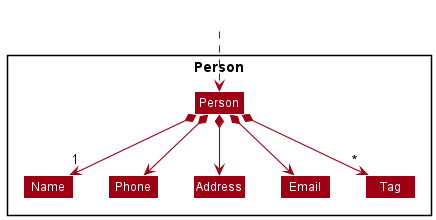
Above: docs/images/PersonClassDiagram.png in ryanongra/tp (PlantUML), before the change.
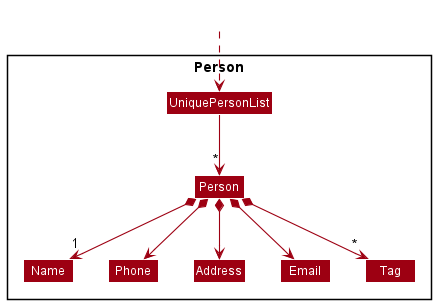
The same file after the commit.

Diff of the diagram source:
```diff
@@ -5,6 +5,7 @@
 skinparam classBackgroundColor MODEL_COLOR
 
 Package Person <<Rectangle>>{
+class UniquePersonList
 class Person
 class Name
 class Phone
@@ -14,8 +15,9 @@
 }
 
 Class HiddenOutside #FFFFFF
-HiddenOutside ..> Person
+HiddenOutside ..> UniquePersonList
 
+UniquePersonList --> "*" Person
 Person *--> "1" Name
 Person *--> Phone
 Person *--> Email
```
